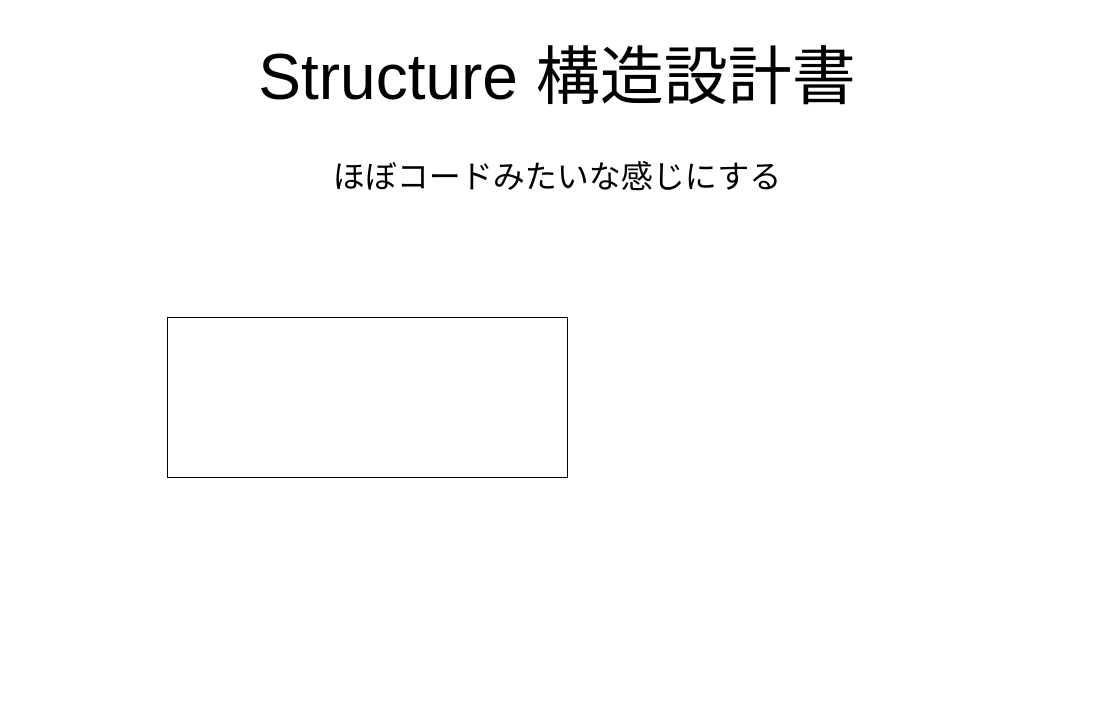
Earlier version of the draw.io diagram page "！構造！" (3 of 4) of network_design.drawio (skeita0004/CircleShow). Source tidied: cells renumbered, new cells numbered last; positions are measured from the earlier drawing's top-left corner, leaving out a move shared by most shapes. Both pictures are drawn from the tidied source at 100%, with x=0, y=0 at pixel (17, 17).
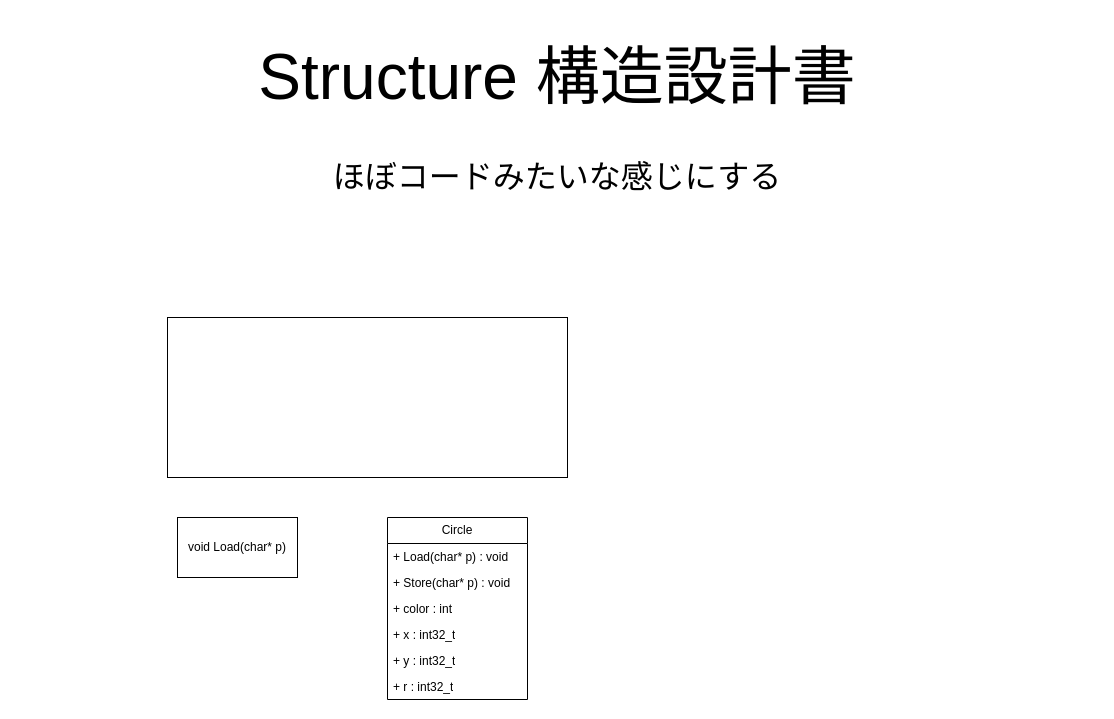
The same page after the edit.

What changed in the source:
```diff
@@
 <mxGraphModel>
   <root>
     <mxCell id="0" />
     <mxCell id="1" parent="0" />
     <mxCell id="2" value="Structure 構造設計書" style="text;html=1;whiteSpace=wrap;strokeColor=none;fillColor=none;align=center;verticalAlign=middle;rounded=0;fontFamily=Cascadia Code;fontSize=64;" parent="1" vertex="1">
       <mxGeometry width="1080" height="120" as="geometry" />
     </mxCell>
     <mxCell id="3" value="&lt;font&gt;ほぼコードみたいな感じにする&lt;/font&gt;" style="text;html=1;whiteSpace=wrap;strokeColor=none;fillColor=none;align=center;verticalAlign=middle;rounded=0;fontFamily=Cascadia Code;fontSize=32;" parent="1" vertex="1">
       <mxGeometry y="100" width="1080" height="120" as="geometry" />
     </mxCell>
     <mxCell id="4" style="rounded=0;whiteSpace=wrap;html=1;fontFamily=Cascadia Code;verticalAlign=top;align=left;fontSize=18;" parent="1" vertex="1">
       <mxGeometry x="150" y="300" width="400" height="160" as="geometry" />
     </mxCell>
+    <mxCell id="5" value="void Load(char* p)" style="rounded=0;whiteSpace=wrap;html=1;" parent="1" vertex="1">
+      <mxGeometry x="160" y="500" width="120" height="60" as="geometry" />
+    </mxCell>
+    <mxCell id="6" value="Circle" style="swimlane;fontStyle=0;horizontal=1;startSize=26;fillColor=none;whiteSpace=wrap;html=1;" parent="1" vertex="1">
+      <mxGeometry x="370" y="500" width="140" height="182" as="geometry" />
+    </mxCell>
+    <mxCell id="7" value="+ Load(char* p) : void" style="text;strokeColor=none;fillColor=none;align=left;verticalAlign=top;spacingLeft=4;spacingRight=4;overflow=hidden;whiteSpace=wrap;html=1;" parent="6" vertex="1">
+      <mxGeometry y="26" width="140" height="26" as="geometry" />
+    </mxCell>
+    <mxCell id="8" value="+ Store(char* p) : void" style="text;strokeColor=none;fillColor=none;align=left;verticalAlign=top;spacingLeft=4;spacingRight=4;overflow=hidden;whiteSpace=wrap;html=1;" parent="6" vertex="1">
+      <mxGeometry y="52" width="140" height="26" as="geometry" />
+    </mxCell>
+    <mxCell id="9" value="+ color : int" style="text;strokeColor=none;fillColor=none;align=left;verticalAlign=top;spacingLeft=4;spacingRight=4;overflow=hidden;whiteSpace=wrap;html=1;" parent="6" vertex="1">
+      <mxGeometry y="78" width="140" height="26" as="geometry" />
+    </mxCell>
+    <mxCell id="10" value="+ x : int32_t" style="text;strokeColor=none;fillColor=none;align=left;verticalAlign=top;spacingLeft=4;spacingRight=4;overflow=hidden;whiteSpace=wrap;html=1;" parent="6" vertex="1">
+      <mxGeometry y="104" width="140" height="26" as="geometry" />
+    </mxCell>
+    <mxCell id="11" value="+ y : int32_t" style="text;strokeColor=none;fillColor=none;align=left;verticalAlign=top;spacingLeft=4;spacingRight=4;overflow=hidden;whiteSpace=wrap;html=1;" parent="6" vertex="1">
+      <mxGeometry y="130" width="140" height="26" as="geometry" />
+    </mxCell>
+    <mxCell id="12" value="+ r : int32_t" style="text;strokeColor=none;fillColor=none;align=left;verticalAlign=top;spacingLeft=4;spacingRight=4;overflow=hidden;whiteSpace=wrap;html=1;" parent="6" vertex="1">
+      <mxGeometry y="156" width="140" height="26" as="geometry" />
+    </mxCell>
   </root>
 </mxGraphModel>
```
